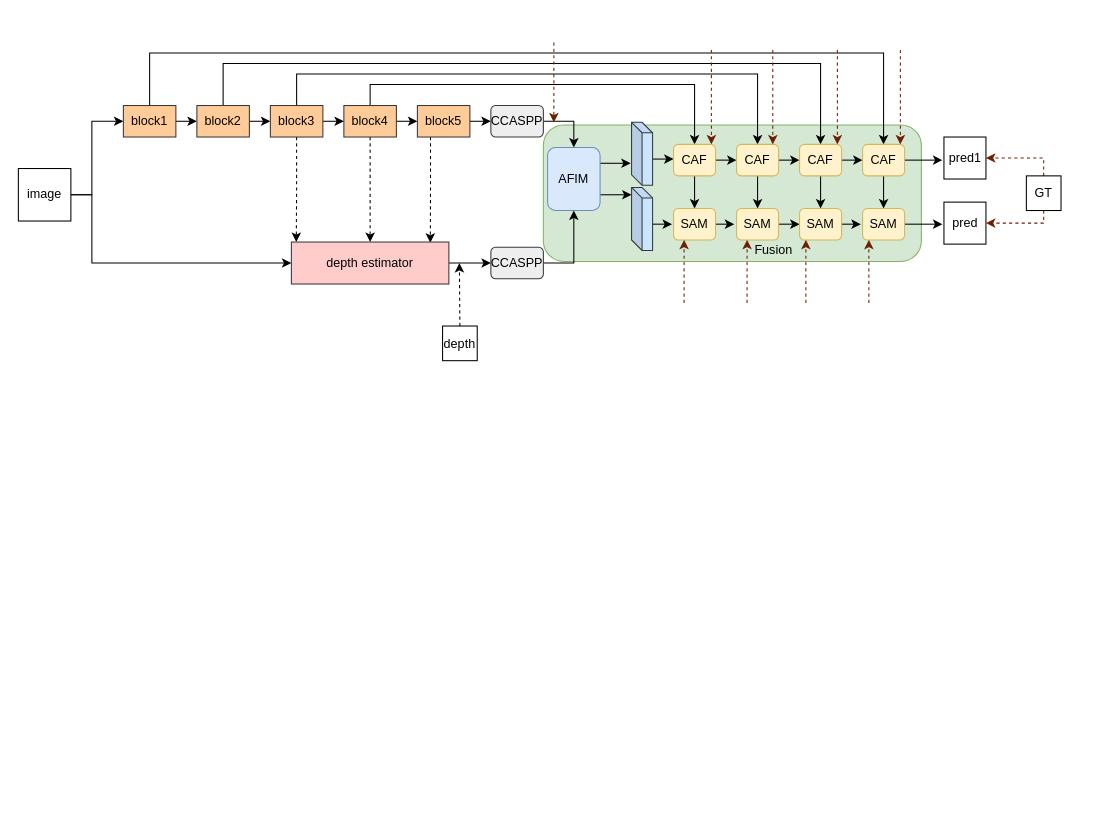
Earlier version of the draw.io diagram uta.drawio (Hymhh/hymhh). Source tidied: cells renumbered, new cells numbered last; positions are measured from the earlier drawing's top-left corner, leaving out a move shared by most shapes. Both pictures are drawn from the tidied source at 105%, with x=0, y=0 at pixel (18, 42).
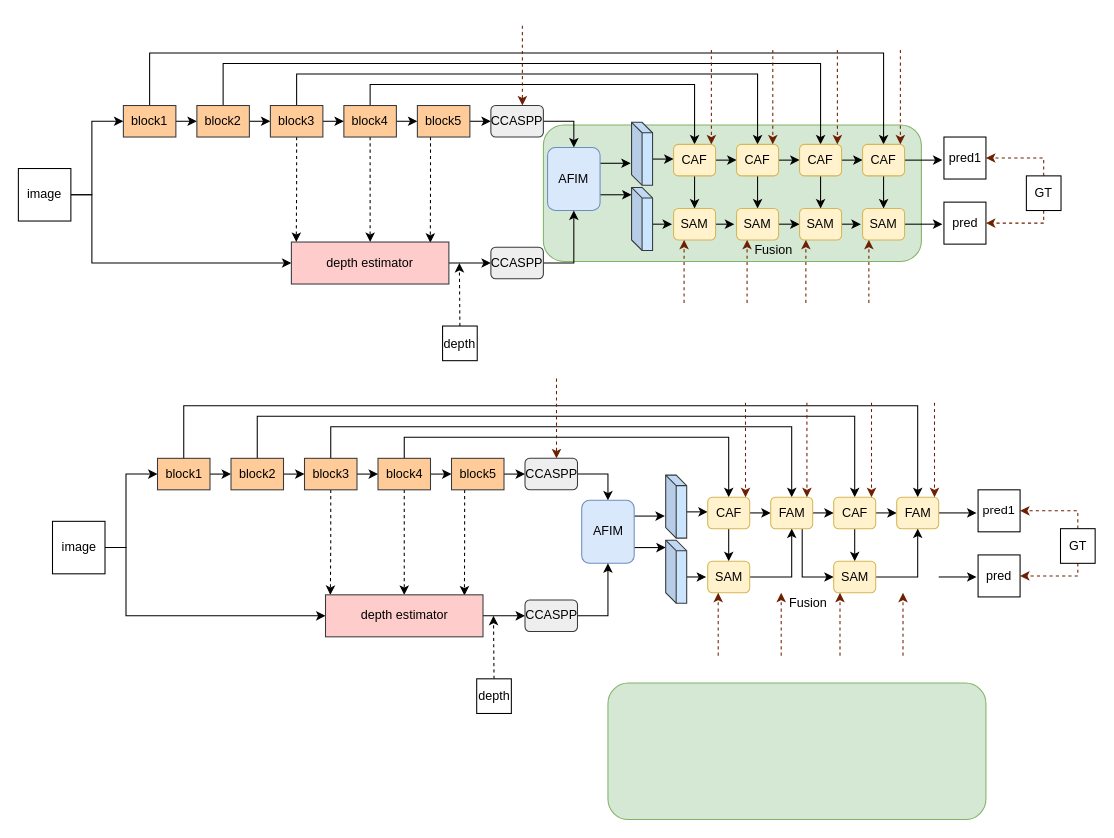
Above is the later version.

What changed in the source:
```diff
@@
     <mxCell id="72" style="endArrow=classic;html=1;rounded=0;dashed=1;strokeColor=#6D1F00;" parent="1" edge="1">
       <mxGeometry relative="1" as="geometry">
-        <mxPoint x="510" as="sourcePoint" />
-        <mxPoint x="510" y="76" as="targetPoint" />
+        <mxPoint x="480" y="-16" as="sourcePoint" />
+        <mxPoint x="480" y="60" as="targetPoint" />
       </mxGeometry>
     </mxCell>
+    <mxCell id="73" style="rounded=1;whiteSpace=wrap;html=1;fillColor=#d5e8d4;strokeColor=#82b366;" parent="1" vertex="1">
+      <mxGeometry x="561.5" y="610" width="360" height="130" as="geometry" />
+    </mxCell>
+    <mxCell id="74" style="edgeStyle=orthogonalEdgeStyle;rounded=0;jettySize=auto;html=1;exitX=1;exitY=0.5;exitDx=0;exitDy=0;entryX=0;entryY=0.5;entryDx=0;entryDy=0;" parent="1" edge="1" source="76" target="96">
+      <mxGeometry relative="1" as="geometry">
+        <Array as="points">
+          <mxPoint x="102.5" y="481" />
+          <mxPoint x="102.5" y="546" />
+        </Array>
+      </mxGeometry>
+    </mxCell>
+    <mxCell id="75" style="edgeStyle=orthogonalEdgeStyle;rounded=0;jettySize=auto;html=1;exitX=1;exitY=0.5;exitDx=0;exitDy=0;entryX=0;entryY=0.5;entryDx=0;entryDy=0;" parent="1" edge="1" source="76" target="79">
+      <mxGeometry relative="1" as="geometry">
+        <Array as="points">
+          <mxPoint x="102.5" y="481" />
+          <mxPoint x="102.5" y="411" />
+        </Array>
+      </mxGeometry>
+    </mxCell>
+    <mxCell id="76" value="image" style="whiteSpace=wrap;html=1;" parent="1" vertex="1">
+      <mxGeometry x="32.5" y="456" width="50" height="50" as="geometry" />
+    </mxCell>
+    <mxCell id="77" style="edgeStyle=orthogonalEdgeStyle;rounded=0;jettySize=auto;html=1;exitX=1;exitY=0.5;exitDx=0;exitDy=0;entryX=0;entryY=0.5;entryDx=0;entryDy=0;" parent="1" edge="1" source="79" target="82">
+      <mxGeometry relative="1" as="geometry" />
+    </mxCell>
+    <mxCell id="78" style="edgeStyle=orthogonalEdgeStyle;rounded=0;jettySize=auto;html=1;exitX=0.5;exitY=0;exitDx=0;exitDy=0;entryX=0.5;entryY=0;entryDx=0;entryDy=0;" parent="1" edge="1" source="79" target="114">
+      <mxGeometry relative="1" as="geometry">
+        <Array as="points">
+          <mxPoint x="157.5" y="346" />
+          <mxPoint x="856.5" y="346" />
+        </Array>
+      </mxGeometry>
+    </mxCell>
+    <mxCell id="79" value="block1" style="rounded=0;whiteSpace=wrap;html=1;fillColor=#ffcc99;strokeColor=#36393d;" parent="1" vertex="1">
+      <mxGeometry x="132.5" y="396" width="50" height="30" as="geometry" />
+    </mxCell>
+    <mxCell id="80" style="edgeStyle=orthogonalEdgeStyle;rounded=0;jettySize=auto;html=1;exitX=1;exitY=0.5;exitDx=0;exitDy=0;entryX=0;entryY=0.5;entryDx=0;entryDy=0;" parent="1" edge="1" source="82" target="90">
+      <mxGeometry relative="1" as="geometry" />
+    </mxCell>
+    <mxCell id="81" style="edgeStyle=orthogonalEdgeStyle;rounded=0;jettySize=auto;html=1;exitX=0.5;exitY=0;exitDx=0;exitDy=0;entryX=0.5;entryY=0;entryDx=0;entryDy=0;" parent="1" edge="1" source="82" target="112">
+      <mxGeometry relative="1" as="geometry">
+        <Array as="points">
+          <mxPoint x="227.5" y="356" />
+          <mxPoint x="796.5" y="356" />
+        </Array>
+      </mxGeometry>
+    </mxCell>
+    <mxCell id="82" value="&lt;font face=&quot;helvetica&quot;&gt;block2&lt;/font&gt;" style="rounded=0;whiteSpace=wrap;html=1;fillColor=#ffcc99;strokeColor=#36393d;" parent="1" vertex="1">
+      <mxGeometry x="202.5" y="396" width="50" height="30" as="geometry" />
+    </mxCell>
+    <mxCell id="83" style="edgeStyle=orthogonalEdgeStyle;rounded=0;jettySize=auto;html=1;exitX=1;exitY=0.5;exitDx=0;exitDy=0;entryX=0;entryY=0.5;entryDx=0;entryDy=0;" parent="1" edge="1" source="86" target="94">
+      <mxGeometry relative="1" as="geometry" />
+    </mxCell>
+    <mxCell id="84" style="edgeStyle=orthogonalEdgeStyle;rounded=0;jettySize=auto;html=1;exitX=0.5;exitY=1;exitDx=0;exitDy=0;entryX=0.5;entryY=0;entryDx=0;entryDy=0;dashed=1;" parent="1" edge="1" source="86" target="96">
+      <mxGeometry relative="1" as="geometry" />
+    </mxCell>
+    <mxCell id="85" style="edgeStyle=orthogonalEdgeStyle;rounded=0;jettySize=auto;html=1;exitX=0.5;exitY=0;exitDx=0;exitDy=0;entryX=0.5;entryY=0;entryDx=0;entryDy=0;" parent="1" edge="1" source="86" target="106">
+      <mxGeometry relative="1" as="geometry" />
+    </mxCell>
+    <mxCell id="86" value="block4" style="rounded=0;whiteSpace=wrap;html=1;fillColor=#ffcc99;strokeColor=#36393d;" parent="1" vertex="1">
+      <mxGeometry x="342.5" y="396" width="50" height="30" as="geometry" />
+    </mxCell>
+    <mxCell id="87" style="edgeStyle=orthogonalEdgeStyle;rounded=0;jettySize=auto;html=1;exitX=1;exitY=0.5;exitDx=0;exitDy=0;entryX=0;entryY=0.5;entryDx=0;entryDy=0;" parent="1" edge="1" source="90" target="86">
+      <mxGeometry relative="1" as="geometry" />
+    </mxCell>
+    <mxCell id="88" style="edgeStyle=orthogonalEdgeStyle;rounded=0;jettySize=auto;html=1;exitX=0.5;exitY=1;exitDx=0;exitDy=0;entryX=0.031;entryY=0;entryDx=0;entryDy=0;entryPerimeter=0;dashed=1;" parent="1" edge="1" source="90" target="96">
+      <mxGeometry relative="1" as="geometry" />
+    </mxCell>
+    <mxCell id="89" style="edgeStyle=orthogonalEdgeStyle;rounded=0;jettySize=auto;html=1;exitX=0.5;exitY=0;exitDx=0;exitDy=0;entryX=0.5;entryY=0;entryDx=0;entryDy=0;" parent="1" edge="1" source="90" target="109">
+      <mxGeometry relative="1" as="geometry">
+        <Array as="points">
+          <mxPoint x="297.5" y="366" />
+          <mxPoint x="736.5" y="366" />
+        </Array>
+      </mxGeometry>
+    </mxCell>
+    <mxCell id="90" value="block3" style="rounded=0;whiteSpace=wrap;html=1;fillColor=#ffcc99;strokeColor=#36393d;" parent="1" vertex="1">
+      <mxGeometry x="272.5" y="396" width="50" height="30" as="geometry" />
+    </mxCell>
+    <mxCell id="91" style="edgeStyle=orthogonalEdgeStyle;rounded=0;jettySize=auto;html=1;exitX=0.25;exitY=1;exitDx=0;exitDy=0;entryX=0.882;entryY=0.015;entryDx=0;entryDy=0;entryPerimeter=0;dashed=1;" parent="1" edge="1" source="94" target="96">
+      <mxGeometry relative="1" as="geometry" />
+    </mxCell>
+    <mxCell id="92" style="edgeStyle=orthogonalEdgeStyle;rounded=0;jettySize=auto;html=1;entryX=0.5;entryY=0;entryDx=0;entryDy=0;exitX=1;exitY=0.5;exitDx=0;exitDy=0;" parent="1" edge="1" source="126" target="99">
+      <mxGeometry relative="1" as="geometry" />
+    </mxCell>
+    <mxCell id="93" style="edgeStyle=orthogonalEdgeStyle;rounded=0;jettySize=auto;html=1;exitX=1;exitY=0.5;exitDx=0;exitDy=0;entryX=0;entryY=0.5;entryDx=0;entryDy=0;" parent="1" edge="1" source="94" target="126">
+      <mxGeometry relative="1" as="geometry" />
+    </mxCell>
+    <mxCell id="94" value="block5" style="rounded=0;whiteSpace=wrap;html=1;fillColor=#ffcc99;strokeColor=#36393d;" parent="1" vertex="1">
+      <mxGeometry x="412.5" y="396" width="50" height="30" as="geometry" />
+    </mxCell>
+    <mxCell id="95" style="edgeStyle=orthogonalEdgeStyle;rounded=0;jettySize=auto;html=1;exitX=1;exitY=0.5;exitDx=0;exitDy=0;entryX=0;entryY=0.5;entryDx=0;entryDy=0;" parent="1" edge="1" source="96" target="129">
+      <mxGeometry relative="1" as="geometry" />
+    </mxCell>
+    <mxCell id="96" value="depth estimator" style="rounded=0;whiteSpace=wrap;html=1;fillColor=#ffcccc;strokeColor=#36393d;" parent="1" vertex="1">
+      <mxGeometry x="292.5" y="526" width="150" height="40" as="geometry" />
+    </mxCell>
+    <mxCell id="97" style="edgeStyle=orthogonalEdgeStyle;rounded=0;jettySize=auto;html=1;exitX=1;exitY=0.25;exitDx=0;exitDy=0;entryX=-0.041;entryY=0.634;entryDx=0;entryDy=0;entryPerimeter=0;" parent="1" edge="1" source="99" target="101">
+      <mxGeometry relative="1" as="geometry" />
+    </mxCell>
+    <mxCell id="98" style="edgeStyle=orthogonalEdgeStyle;rounded=0;jettySize=auto;html=1;exitX=1;exitY=0.75;exitDx=0;exitDy=0;entryX=0;entryY=0.118;entryDx=0;entryDy=0;entryPerimeter=0;" parent="1" edge="1" source="99" target="103">
+      <mxGeometry relative="1" as="geometry" />
+    </mxCell>
+    <mxCell id="99" value="AFIM" style="rounded=1;whiteSpace=wrap;html=1;fillColor=#dae8fc;strokeColor=#6c8ebf;" parent="1" vertex="1">
+      <mxGeometry x="536.5" y="436" width="50" height="60" as="geometry" />
+    </mxCell>
+    <mxCell id="100" style="edgeStyle=orthogonalEdgeStyle;rounded=0;jettySize=auto;html=1;exitX=0;exitY=0;exitDx=20;exitDy=35;exitPerimeter=0;" parent="1" edge="1" source="101">
+      <mxGeometry relative="1" as="geometry">
+        <mxPoint x="656.5" y="447.3" as="targetPoint" />
+      </mxGeometry>
+    </mxCell>
+    <mxCell id="101" style="shape=cube;whiteSpace=wrap;html=1;boundedLbl=1;backgroundOutline=1;darkOpacity=0.05;darkOpacity2=0.1;size=10;fillColor=#cce5ff;strokeColor=#36393d;" parent="1" vertex="1">
+      <mxGeometry x="616.5" y="412" width="20" height="60" as="geometry" />
+    </mxCell>
+    <mxCell id="102" style="edgeStyle=orthogonalEdgeStyle;rounded=0;jettySize=auto;html=1;exitX=0;exitY=0;exitDx=20;exitDy=35;exitPerimeter=0;entryX=-0.037;entryY=0.477;entryDx=0;entryDy=0;entryPerimeter=0;" parent="1" edge="1" source="103" target="116">
+      <mxGeometry relative="1" as="geometry" />
+    </mxCell>
+    <mxCell id="103" style="shape=cube;whiteSpace=wrap;html=1;boundedLbl=1;backgroundOutline=1;darkOpacity=0.05;darkOpacity2=0.1;size=10;fillColor=#cce5ff;strokeColor=#36393d;" parent="1" vertex="1">
+      <mxGeometry x="616.5" y="474" width="20" height="60" as="geometry" />
+    </mxCell>
+    <mxCell id="104" style="edgeStyle=orthogonalEdgeStyle;rounded=0;jettySize=auto;html=1;exitX=1;exitY=0.5;exitDx=0;exitDy=0;" parent="1" edge="1" source="106">
+      <mxGeometry relative="1" as="geometry">
+        <mxPoint x="716.5" y="448" as="targetPoint" />
+      </mxGeometry>
+    </mxCell>
+    <mxCell id="105" style="edgeStyle=orthogonalEdgeStyle;rounded=0;jettySize=auto;html=1;exitX=0.5;exitY=1;exitDx=0;exitDy=0;entryX=0.5;entryY=0;entryDx=0;entryDy=0;" parent="1" edge="1" source="106" target="116">
+      <mxGeometry relative="1" as="geometry" />
+    </mxCell>
+    <mxCell id="106" value="CAF" style="rounded=1;whiteSpace=wrap;html=1;fillColor=#fff2cc;strokeColor=#d6b656;" parent="1" vertex="1">
+      <mxGeometry x="656.5" y="433" width="40" height="30" as="geometry" />
+    </mxCell>
+    <mxCell id="107" style="edgeStyle=orthogonalEdgeStyle;rounded=0;jettySize=auto;html=1;exitX=1;exitY=0.5;exitDx=0;exitDy=0;entryX=0;entryY=0.5;entryDx=0;entryDy=0;" parent="1" edge="1" source="109" target="112">
+      <mxGeometry relative="1" as="geometry" />
+    </mxCell>
+    <mxCell id="108" style="edgeStyle=orthogonalEdgeStyle;rounded=0;jettySize=auto;html=1;exitX=0.75;exitY=1;exitDx=0;exitDy=0;entryX=0;entryY=0.5;entryDx=0;entryDy=0;" parent="1" edge="1" source="109" target="119">
+      <mxGeometry relative="1" as="geometry" />
+    </mxCell>
+    <mxCell id="109" value="&lt;span&gt;FAM&lt;/span&gt;" style="rounded=1;whiteSpace=wrap;html=1;fillColor=#fff2cc;strokeColor=#d6b656;" parent="1" vertex="1">
+      <mxGeometry x="716.5" y="433" width="40" height="30" as="geometry" />
+    </mxCell>
+    <mxCell id="110" style="edgeStyle=orthogonalEdgeStyle;rounded=0;jettySize=auto;html=1;exitX=1;exitY=0.5;exitDx=0;exitDy=0;entryX=0;entryY=0.5;entryDx=0;entryDy=0;" parent="1" edge="1" source="112" target="114">
+      <mxGeometry relative="1" as="geometry" />
+    </mxCell>
+    <mxCell id="111" style="edgeStyle=orthogonalEdgeStyle;rounded=0;jettySize=auto;html=1;exitX=0.5;exitY=1;exitDx=0;exitDy=0;entryX=0.5;entryY=0;entryDx=0;entryDy=0;" parent="1" edge="1" source="112" target="119">
+      <mxGeometry relative="1" as="geometry" />
+    </mxCell>
+    <mxCell id="112" value="CAF" style="rounded=1;whiteSpace=wrap;html=1;fillColor=#fff2cc;strokeColor=#d6b656;" parent="1" vertex="1">
+      <mxGeometry x="776.5" y="433" width="40" height="30" as="geometry" />
+    </mxCell>
+    <mxCell id="113" style="edgeStyle=orthogonalEdgeStyle;rounded=0;jettySize=auto;html=1;exitX=1;exitY=0.5;exitDx=0;exitDy=0;" parent="1" edge="1" source="114">
+      <mxGeometry relative="1" as="geometry">
+        <mxPoint x="912.5" y="447.7" as="targetPoint" />
+      </mxGeometry>
+    </mxCell>
+    <mxCell id="114" value="&lt;span&gt;FAM&lt;/span&gt;" style="rounded=1;whiteSpace=wrap;html=1;fillColor=#fff2cc;strokeColor=#d6b656;" parent="1" vertex="1">
+      <mxGeometry x="836.5" y="433" width="40" height="30" as="geometry" />
+    </mxCell>
+    <mxCell id="115" style="edgeStyle=orthogonalEdgeStyle;rounded=0;jettySize=auto;html=1;exitX=1;exitY=0.5;exitDx=0;exitDy=0;entryX=0.5;entryY=1;entryDx=0;entryDy=0;" parent="1" edge="1" source="116" target="109">
+      <mxGeometry relative="1" as="geometry" />
+    </mxCell>
+    <mxCell id="116" value="SAM" style="rounded=1;whiteSpace=wrap;html=1;fillColor=#fff2cc;strokeColor=#d6b656;" parent="1" vertex="1">
+      <mxGeometry x="656.5" y="494" width="40" height="30" as="geometry" />
+    </mxCell>
+    <mxCell id="117" style="edgeStyle=orthogonalEdgeStyle;rounded=0;orthogonalLoop=1;jettySize=auto;html=1;exitX=1;exitY=0.5;exitDx=0;exitDy=0;" parent="1" edge="1">
+      <mxGeometry relative="1" as="geometry">
+        <mxPoint x="876.5" y="509" as="sourcePoint" />
+        <mxPoint x="912.5" y="509" as="targetPoint" />
+      </mxGeometry>
+    </mxCell>
+    <mxCell id="118" style="edgeStyle=orthogonalEdgeStyle;rounded=0;jettySize=auto;html=1;exitX=1;exitY=0.5;exitDx=0;exitDy=0;entryX=0.5;entryY=1;entryDx=0;entryDy=0;" parent="1" edge="1" source="119" target="114">
+      <mxGeometry relative="1" as="geometry" />
+    </mxCell>
+    <mxCell id="119" value="&lt;span&gt;SAM&lt;/span&gt;" style="rounded=1;whiteSpace=wrap;html=1;fillColor=#fff2cc;strokeColor=#d6b656;" parent="1" vertex="1">
+      <mxGeometry x="776.5" y="494" width="40" height="30" as="geometry" />
+    </mxCell>
+    <mxCell id="120" style="edgeStyle=orthogonalEdgeStyle;rounded=0;jettySize=auto;html=1;exitX=0.5;exitY=1;exitDx=0;exitDy=0;entryX=1;entryY=0.5;entryDx=0;entryDy=0;dashed=1;strokeColor=#6D1F00;" parent="1" edge="1" source="122" target="125">
+      <mxGeometry relative="1" as="geometry">
+        <Array as="points">
+          <mxPoint x="1009.5" y="508" />
+        </Array>
+      </mxGeometry>
+    </mxCell>
+    <mxCell id="121" style="edgeStyle=orthogonalEdgeStyle;rounded=0;jettySize=auto;html=1;exitX=0.5;exitY=0;exitDx=0;exitDy=0;dashed=1;strokeColor=#6D1F00;" parent="1" edge="1" source="122" target="127">
+      <mxGeometry relative="1" as="geometry">
+        <Array as="points">
+          <mxPoint x="1009.5" y="446" />
+        </Array>
+      </mxGeometry>
+    </mxCell>
+    <mxCell id="122" value="GT" style="whiteSpace=wrap;html=1;" parent="1" vertex="1">
+      <mxGeometry x="992.5" y="463" width="33" height="33" as="geometry" />
+    </mxCell>
+    <mxCell id="123" style="edgeStyle=orthogonalEdgeStyle;rounded=0;jettySize=auto;html=1;exitX=0.5;exitY=0;exitDx=0;exitDy=0;dashed=1;" parent="1" edge="1" source="124">
+      <mxGeometry relative="1" as="geometry">
+        <mxPoint x="452.5" y="546" as="targetPoint" />
+      </mxGeometry>
+    </mxCell>
+    <mxCell id="124" value="depth" style="whiteSpace=wrap;html=1;" parent="1" vertex="1">
+      <mxGeometry x="436.5" y="606" width="33" height="33" as="geometry" />
+    </mxCell>
+    <mxCell id="125" value="pred" style="whiteSpace=wrap;html=1;" parent="1" vertex="1">
+      <mxGeometry x="914" y="488" width="40" height="40" as="geometry" />
+    </mxCell>
+    <mxCell id="126" value="CCASPP" style="rounded=1;whiteSpace=wrap;html=1;fillColor=#eeeeee;strokeColor=#36393d;" parent="1" vertex="1">
+      <mxGeometry x="482.5" y="396" width="50" height="30" as="geometry" />
+    </mxCell>
+    <mxCell id="127" value="pred1" style="whiteSpace=wrap;html=1;" parent="1" vertex="1">
+      <mxGeometry x="914" y="426" width="40" height="40" as="geometry" />
+    </mxCell>
+    <mxCell id="128" style="edgeStyle=orthogonalEdgeStyle;rounded=0;jettySize=auto;html=1;exitX=1;exitY=0.5;exitDx=0;exitDy=0;entryX=0.5;entryY=1;entryDx=0;entryDy=0;" parent="1" edge="1" source="129" target="99">
+      <mxGeometry relative="1" as="geometry" />
+    </mxCell>
+    <mxCell id="129" value="CCASPP" style="rounded=1;whiteSpace=wrap;html=1;fillColor=#eeeeee;strokeColor=#36393d;" parent="1" vertex="1">
+      <mxGeometry x="482.5" y="531" width="50" height="30" as="geometry" />
+    </mxCell>
+    <mxCell id="130" value="Fusion" style="text;html=1;align=center;verticalAlign=middle;fillColor=none;strokeColor=none;rounded=0;" parent="1" vertex="1">
+      <mxGeometry x="726.5" y="524" width="50" height="20" as="geometry" />
+    </mxCell>
+    <mxCell id="131" style="endArrow=classic;html=1;rounded=0;dashed=1;strokeColor=#6D1F00;" parent="1" edge="1">
+      <mxGeometry relative="1" as="geometry">
+        <mxPoint x="692.5" y="343" as="sourcePoint" />
+        <mxPoint x="692.5" y="433" as="targetPoint" />
+      </mxGeometry>
+    </mxCell>
+    <mxCell id="132" style="endArrow=classic;html=1;rounded=0;dashed=1;strokeColor=#6D1F00;" parent="1" edge="1">
+      <mxGeometry relative="1" as="geometry">
+        <mxPoint x="751" y="343" as="sourcePoint" />
+        <mxPoint x="751" y="433" as="targetPoint" />
+      </mxGeometry>
+    </mxCell>
+    <mxCell id="133" style="endArrow=classic;html=1;rounded=0;dashed=1;strokeColor=#6D1F00;" parent="1" edge="1">
+      <mxGeometry relative="1" as="geometry">
+        <mxPoint x="812.5" y="343" as="sourcePoint" />
+        <mxPoint x="812.5" y="433" as="targetPoint" />
+      </mxGeometry>
+    </mxCell>
+    <mxCell id="134" style="endArrow=classic;html=1;rounded=0;dashed=1;strokeColor=#6D1F00;" parent="1" edge="1">
+      <mxGeometry relative="1" as="geometry">
+        <mxPoint x="872.5" y="343" as="sourcePoint" />
+        <mxPoint x="872.5" y="433" as="targetPoint" />
+      </mxGeometry>
+    </mxCell>
+    <mxCell id="135" style="endArrow=classic;html=1;rounded=0;dashed=1;strokeColor=#6D1F00;entryX=0.25;entryY=1;entryDx=0;entryDy=0;" parent="1" edge="1" target="116">
+      <mxGeometry relative="1" as="geometry">
+        <mxPoint x="666.5" y="584" as="sourcePoint" />
+      </mxGeometry>
+    </mxCell>
+    <mxCell id="136" style="endArrow=classic;html=1;rounded=0;dashed=1;strokeColor=#6D1F00;entryX=0.75;entryY=1;entryDx=0;entryDy=0;" parent="1" edge="1">
+      <mxGeometry relative="1" as="geometry">
+        <mxPoint x="726.5" y="584" as="sourcePoint" />
+        <mxPoint x="726.5" y="524" as="targetPoint" />
+      </mxGeometry>
+    </mxCell>
+    <mxCell id="137" style="endArrow=classic;html=1;rounded=0;dashed=1;strokeColor=#6D1F00;entryX=0.75;entryY=1;entryDx=0;entryDy=0;" parent="1" edge="1">
+      <mxGeometry relative="1" as="geometry">
+        <mxPoint x="782.5" y="584" as="sourcePoint" />
+        <mxPoint x="782.5" y="524" as="targetPoint" />
+      </mxGeometry>
+    </mxCell>
+    <mxCell id="138" style="endArrow=classic;html=1;rounded=0;dashed=1;strokeColor=#6D1F00;entryX=0.75;entryY=1;entryDx=0;entryDy=0;" parent="1" edge="1">
+      <mxGeometry relative="1" as="geometry">
+        <mxPoint x="842.5" y="584" as="sourcePoint" />
+        <mxPoint x="842.5" y="524" as="targetPoint" />
+      </mxGeometry>
+    </mxCell>
+    <mxCell id="139" style="endArrow=classic;html=1;rounded=0;dashed=1;strokeColor=#6D1F00;" parent="1" edge="1">
+      <mxGeometry relative="1" as="geometry">
+        <mxPoint x="512.5" y="320" as="sourcePoint" />
+        <mxPoint x="512.5" y="396" as="targetPoint" />
+      </mxGeometry>
+    </mxCell>
```
